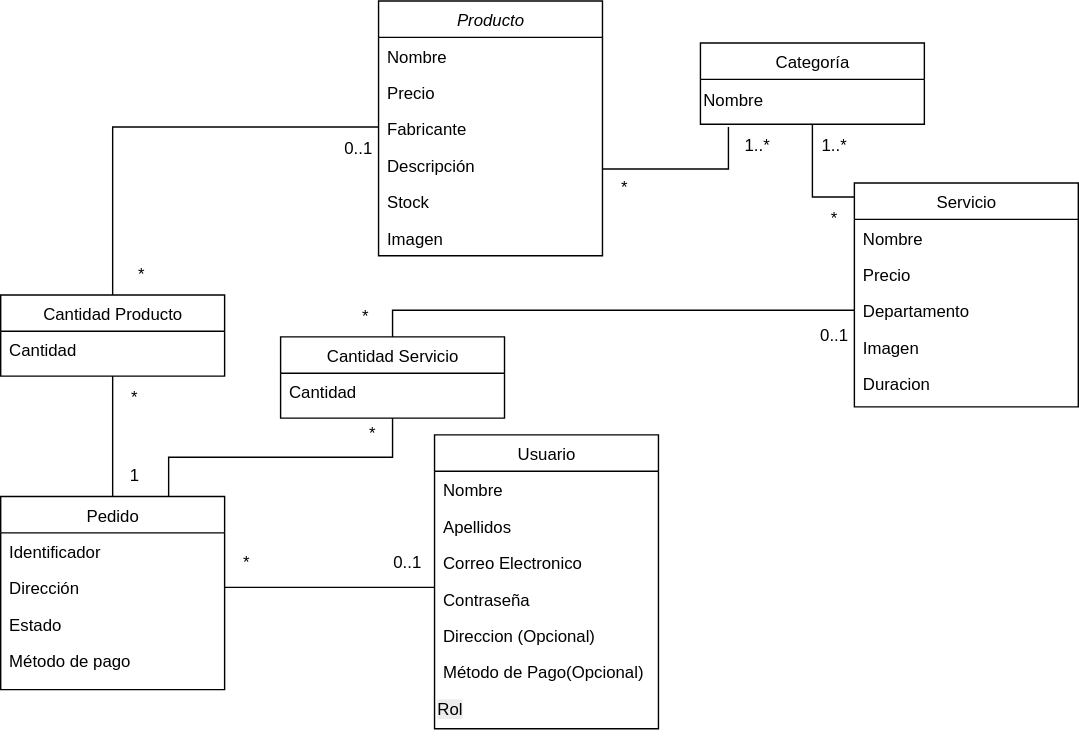
Above: diagramas/PGPI.drawio.svg in PepeCoral/orchid-cosmetics (draw.io), before the change. Source tidied: cells renumbered, new cells last; positions are measured from the earlier drawing's top-left corner, leaving out a move shared by most shapes.
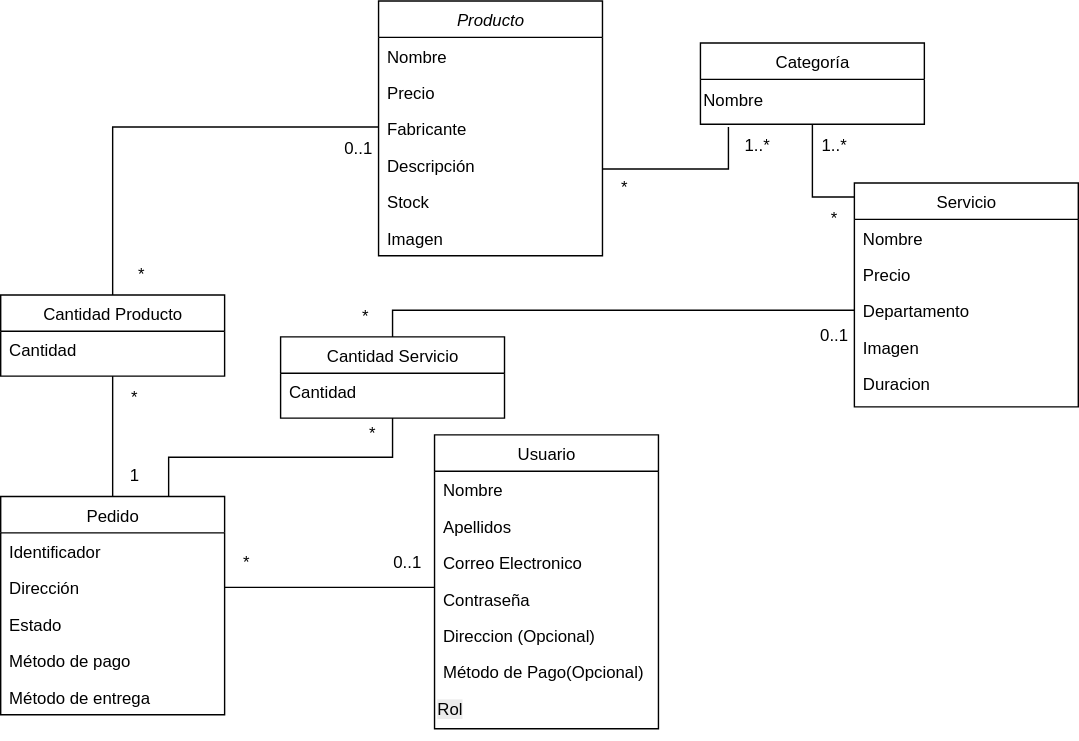
The same file after the commit.

Commit message:
docs: :memo: uml de informacion actualizado

What changed in the source:
```diff
@@ -24,7 +24,7 @@
       <mxGeometry y="156" width="160" height="26" as="geometry" />
     </mxCell>
     <mxCell id="9" value="Pedido" style="swimlane;fontStyle=0;align=center;verticalAlign=top;horizontal=1;startSize=26;rounded=0;shadow=0;strokeWidth=1;" parent="1" vertex="1">
-      <mxGeometry y="354" width="160" height="138" as="geometry" />
+      <mxGeometry y="354" width="160" height="156" as="geometry" />
     </mxCell>
     <mxCell id="10" value="Identificador" style="text;align=left;verticalAlign=top;spacingLeft=4;spacingRight=4;overflow=hidden;" parent="9" vertex="1">
       <mxGeometry y="26" width="160" height="26" as="geometry" />
@@ -38,6 +38,9 @@
     <mxCell id="13" value="Método de pago" style="text;align=left;verticalAlign=top;spacingLeft=4;spacingRight=4;overflow=hidden;" parent="9" vertex="1">
       <mxGeometry y="104" width="160" height="26" as="geometry" />
     </mxCell>
+    <mxCell id="54" value="Método de entrega" style="text;align=left;verticalAlign=top;spacingLeft=4;spacingRight=4;overflow=hidden;" parent="9" vertex="1">
+      <mxGeometry y="130" width="160" height="26" as="geometry" />
+    </mxCell>
     <mxCell id="14" style="endArrow=none;endSize=10;endFill=0;shadow=0;strokeWidth=1;rounded=0;curved=0;edgeStyle=elbowEdgeStyle;elbow=vertical;entryX=0.5;entryY=1;entryDx=0;entryDy=0;startArrow=none;startFill=0;startSize=13;" parent="1" edge="1" source="9" target="30">
       <mxGeometry relative="1" as="geometry" />
     </mxCell>
```
